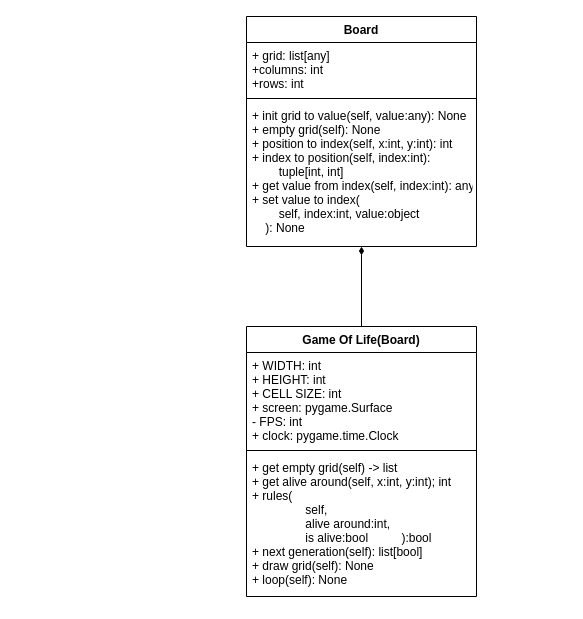
Earlier version of the draw.io diagram docs/UML.drawio (Myrstad/muntlig-praktisk-it2). Source tidied: cells renumbered, new cells numbered last; positions are measured from the earlier drawing's top-left corner, leaving out a move shared by most shapes. Both pictures are drawn from the tidied source at 100%, with x=0, y=0 at pixel (246, 16).
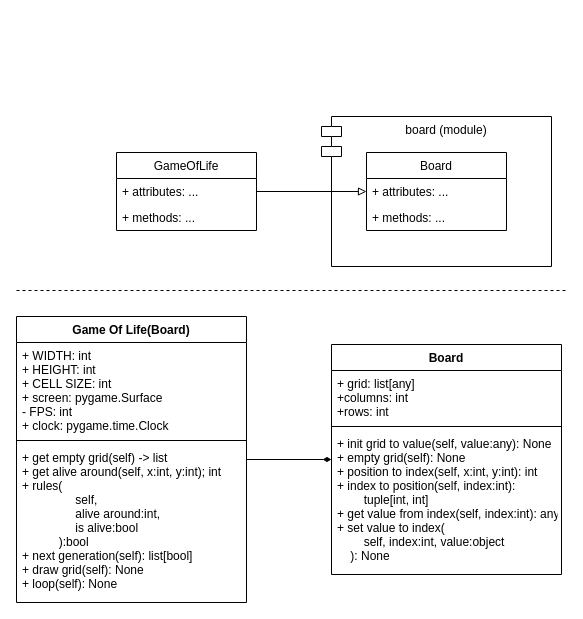
The same diagram, later.

Commit message (it also covers changes not shown here):
Kommentarer til klassene. Og UML med modul.

Diff of the diagram source:
```diff
@@
 <mxGraphModel background="#ffffff">
   <root>
     <mxCell id="0" />
     <mxCell id="1" parent="0" />
     <mxCell id="2" style="edgeStyle=none;html=1;endArrow=diamondThin;endFill=1;" parent="1" edge="1" source="7" target="3">
       <mxGeometry relative="1" as="geometry" />
     </mxCell>
     <mxCell id="3" value="Board" style="swimlane;fontStyle=1;align=center;verticalAlign=top;horizontal=1;startSize=26;" parent="1" vertex="1">
-      <mxGeometry width="230" height="230" as="geometry" />
+      <mxGeometry x="85" y="328" width="230" height="230" as="geometry" />
     </mxCell>
     <mxCell id="4" value="+ grid: list[any]&#10;+columns: int&#10;+rows: int" style="text;strokeColor=none;fillColor=none;align=left;verticalAlign=top;spacingLeft=4;spacingRight=4;overflow=hidden;" parent="3" vertex="1">
       <mxGeometry y="26" width="230" height="52" as="geometry" />
     </mxCell>
     <mxCell id="5" style="line;strokeWidth=1;fillColor=none;align=left;verticalAlign=middle;spacingTop=-1;spacingLeft=3;spacingRight=3;labelPosition=right;strokeColor=inherit;" parent="3" vertex="1">
       <mxGeometry y="78" width="230" height="8" as="geometry" />
     </mxCell>
     <mxCell id="6" value="+ init grid to value(self, value:any): None&#10;+ empty grid(self): None&#10;+ position to index(self, x:int, y:int): int&#10;+ index to position(self, index:int): &#10;        tuple[int, int]&#10;+ get value from index(self, index:int): any&#10;+ set value to index(&#10;        self, index:int, value:object&#10;    ): None" style="text;strokeColor=none;fillColor=none;align=left;verticalAlign=top;spacingLeft=4;spacingRight=4;overflow=hidden;" parent="3" vertex="1">
       <mxGeometry y="86" width="230" height="144" as="geometry" />
     </mxCell>
     <mxCell id="7" value="Game Of Life(Board)" style="swimlane;fontStyle=1;align=center;verticalAlign=top;horizontal=1;startSize=26;fillColor=rgb(255, 255, 255);" parent="1" vertex="1">
-      <mxGeometry y="310" width="230" height="270" as="geometry" />
+      <mxGeometry x="-230" y="300" width="230" height="286" as="geometry" />
     </mxCell>
     <mxCell id="8" value="+ WIDTH: int&#10;+ HEIGHT: int&#10;+ CELL SIZE: int&#10;+ screen: pygame.Surface&#10;- FPS: int&#10;+ clock: pygame.time.Clock" style="text;strokeColor=none;fillColor=none;align=left;verticalAlign=top;spacingLeft=4;spacingRight=4;overflow=hidden;" parent="7" vertex="1">
       <mxGeometry y="26" width="230" height="94" as="geometry" />
     </mxCell>
     <mxCell id="9" style="line;strokeWidth=1;fillColor=none;align=left;verticalAlign=middle;spacingTop=-1;spacingLeft=3;spacingRight=3;labelPosition=right;strokeColor=inherit;" parent="7" vertex="1">
       <mxGeometry y="120" width="230" height="8" as="geometry" />
     </mxCell>
-    <mxCell id="10" value="+ get empty grid(self) -&gt; list&#10;+ get alive around(self, x:int, y:int); int&#10;+ rules(&#10;                self, &#10;                alive around:int, &#10;                is alive:bool          ):bool&#10;+ next generation(self): list[bool]&#10;+ draw grid(self): None&#10;+ loop(self): None" style="text;strokeColor=none;fillColor=none;align=left;verticalAlign=top;spacingLeft=4;spacingRight=4;overflow=hidden;" parent="7" vertex="1">
-      <mxGeometry y="128" width="230" height="142" as="geometry" />
+    <mxCell id="10" value="+ get empty grid(self) -&gt; list&#10;+ get alive around(self, x:int, y:int); int&#10;+ rules(&#10;                self, &#10;                alive around:int, &#10;                is alive:bool&#10;           ):bool&#10;+ next generation(self): list[bool]&#10;+ draw grid(self): None&#10;+ loop(self): None" style="text;strokeColor=none;fillColor=none;align=left;verticalAlign=top;spacingLeft=4;spacingRight=4;overflow=hidden;" parent="7" vertex="1">
+      <mxGeometry y="128" width="230" height="158" as="geometry" />
     </mxCell>
+    <mxCell id="11" value="board (module)" style="shape=module;align=left;spacingLeft=20;align=center;verticalAlign=top;" parent="1" vertex="1">
+      <mxGeometry x="75" y="100" width="230" height="150" as="geometry" />
+    </mxCell>
+    <mxCell id="12" style="edgeStyle=none;html=1;endArrow=block;endFill=0;" parent="1" edge="1" source="13" target="16">
+      <mxGeometry relative="1" as="geometry" />
+    </mxCell>
+    <mxCell id="13" value="GameOfLife" style="swimlane;fontStyle=0;horizontal=1;startSize=26;fillColor=none;" parent="1" vertex="1">
+      <mxGeometry x="-130" y="136" width="140" height="78" as="geometry" />
+    </mxCell>
+    <mxCell id="14" value="+ attributes: ..." style="text;strokeColor=none;fillColor=none;align=left;verticalAlign=top;spacingLeft=4;spacingRight=4;overflow=hidden;" parent="13" vertex="1">
+      <mxGeometry y="26" width="140" height="26" as="geometry" />
+    </mxCell>
+    <mxCell id="15" value="+ methods: ..." style="text;strokeColor=none;fillColor=none;align=left;verticalAlign=top;spacingLeft=4;spacingRight=4;overflow=hidden;" parent="13" vertex="1">
+      <mxGeometry y="52" width="140" height="26" as="geometry" />
+    </mxCell>
+    <mxCell id="16" value="Board" style="swimlane;fontStyle=0;horizontal=1;startSize=26;fillColor=none;" parent="1" vertex="1">
+      <mxGeometry x="120" y="136" width="140" height="78" as="geometry" />
+    </mxCell>
+    <mxCell id="17" value="+ attributes: ..." style="text;strokeColor=none;fillColor=none;align=left;verticalAlign=top;spacingLeft=4;spacingRight=4;overflow=hidden;" parent="16" vertex="1">
+      <mxGeometry y="26" width="140" height="26" as="geometry" />
+    </mxCell>
+    <mxCell id="18" value="+ methods: ..." style="text;strokeColor=none;fillColor=none;align=left;verticalAlign=top;spacingLeft=4;spacingRight=4;overflow=hidden;" parent="16" vertex="1">
+      <mxGeometry y="52" width="140" height="26" as="geometry" />
+    </mxCell>
+    <mxCell id="19" style="line;strokeWidth=1;fillColor=none;align=left;verticalAlign=middle;spacingTop=-1;spacingLeft=3;spacingRight=3;labelPosition=right;strokeColor=inherit;dashed=1;" parent="1" vertex="1">
+      <mxGeometry x="-230" y="270" width="550" height="8" as="geometry" />
+    </mxCell>
   </root>
 </mxGraphModel>
```
